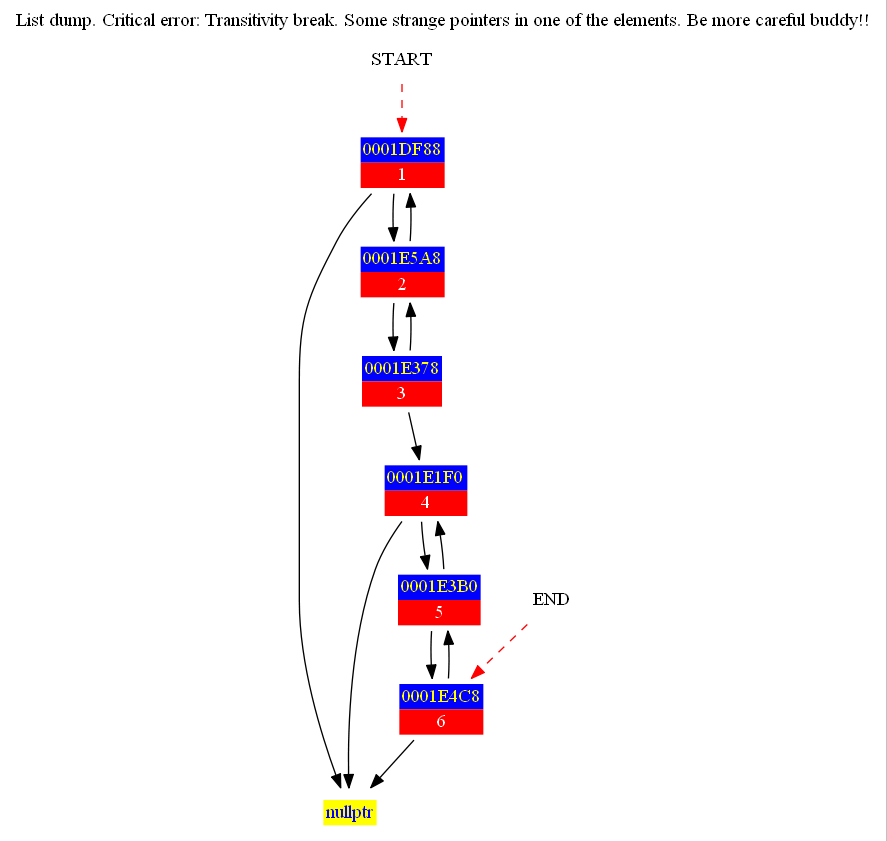
Above: Unbreakable List/graph.dot.gd.cairo.png in ioannco/lsp-interpreter (Graphviz), before the change. Its source is kept beside it as Unbreakable List/graph.dot.
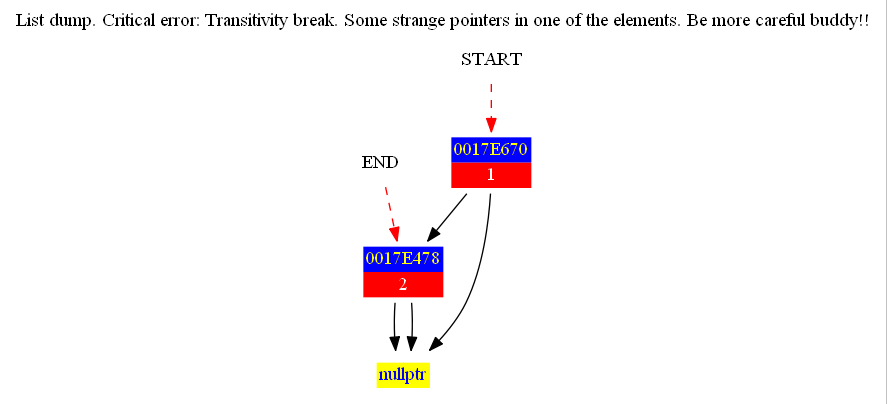
After the commit.

The edit, as a diff of the source:
```diff
@@ -3,33 +3,17 @@
 	labelloc = "t";
 	START [shape=plaintext label="START"];
 	END [shape=plaintext label="END"];
-	START -> nd_0001DF88 [style=dashed color=red];
-	END -> nd_0001E4C8  [style=dashed color=red];
+	START -> nd_0017E670 [style=dashed color=red];
+	END -> nd_0017E478  [style=dashed color=red];
 
 	nd_00000000 [shape = plaintext label=<<table border="0" cellborder="0" cellspacing="0"><tr><td bgcolor="yellow"><font color="blue">nullptr</font></td></tr></table>>];
 
-	nd_0001DF88 [shape = plaintext label=<<table border="0" cellborder="0" cellspacing="0"><tr><td bgcolor="blue"><font color="yellow">0001DF88</font></td></tr><tr><td bgcolor="red"><font color="white">1</font></td></tr></table>>];
-	nd_0001DF88->nd_00000000;
-	nd_0001DF88->nd_0001E5A8;
+	nd_0017E670 [shape = plaintext label=<<table border="0" cellborder="0" cellspacing="0"><tr><td bgcolor="blue"><font color="yellow">0017E670</font></td></tr><tr><td bgcolor="red"><font color="white">1</font></td></tr></table>>];
+	nd_0017E670->nd_00000000;
+	nd_0017E670->nd_0017E478;
 
-	nd_0001E5A8 [shape = plaintext label=<<table border="0" cellborder="0" cellspacing="0"><tr><td bgcolor="blue"><font color="yellow">0001E5A8</font></td></tr><tr><td bgcolor="red"><font color="white">2</font></td></tr></table>>];
-	nd_0001E5A8->nd_0001DF88;
-	nd_0001E5A8->nd_0001E378;
-
-	nd_0001E378 [shape = plaintext label=<<table border="0" cellborder="0" cellspacing="0"><tr><td bgcolor="blue"><font color="yellow">0001E378</font></td></tr><tr><td bgcolor="red"><font color="white">3</font></td></tr></table>>];
-	nd_0001E378->nd_0001E5A8;
-	nd_0001E378->nd_0001E1F0;
-
-	nd_0001E1F0 [shape = plaintext label=<<table border="0" cellborder="0" cellspacing="0"><tr><td bgcolor="blue"><font color="yellow">0001E1F0</font></td></tr><tr><td bgcolor="red"><font color="white">4</font></td></tr></table>>];
-	nd_0001E1F0->nd_00000000;
-	nd_0001E1F0->nd_0001E3B0;
-
-	nd_0001E3B0 [shape = plaintext label=<<table border="0" cellborder="0" cellspacing="0"><tr><td bgcolor="blue"><font color="yellow">0001E3B0</font></td></tr><tr><td bgcolor="red"><font color="white">5</font></td></tr></table>>];
-	nd_0001E3B0->nd_0001E1F0;
-	nd_0001E3B0->nd_0001E4C8;
-
-	nd_0001E4C8 [shape = plaintext label=<<table border="0" cellborder="0" cellspacing="0"><tr><td bgcolor="blue"><font color="yellow">0001E4C8</font></td></tr><tr><td bgcolor="red"><font color="white">6</font></td></tr></table>>];
-	nd_0001E4C8->nd_0001E3B0;
-	nd_0001E4C8->nd_00000000;
+	nd_0017E478 [shape = plaintext label=<<table border="0" cellborder="0" cellspacing="0"><tr><td bgcolor="blue"><font color="yellow">0017E478</font></td></tr><tr><td bgcolor="red"><font color="white">2</font></td></tr></table>>];
+	nd_0017E478->nd_00000000;
+	nd_0017E478->nd_00000000;
 
 }
```
